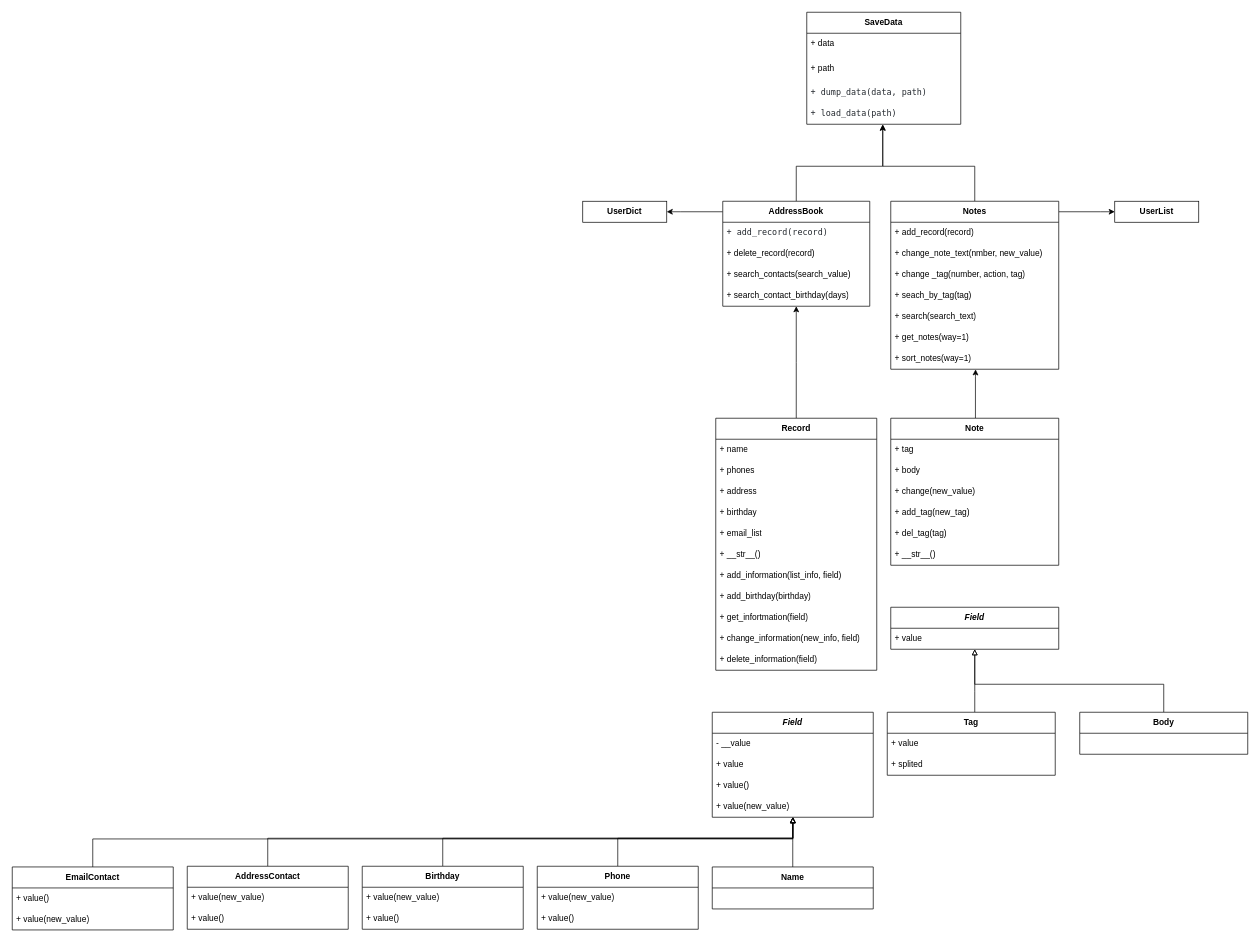
Before: bot_assistant.drawio in tymoshchuk-vladyslav/bot_assistant, a draw.io diagram. Source tidied: cells renumbered, new cells numbered last; positions are measured from the earlier drawing's top-left corner, leaving out a move shared by most shapes. Both pictures are drawn from the tidied source at 70%, with x=0, y=0 at pixel (12, 12).
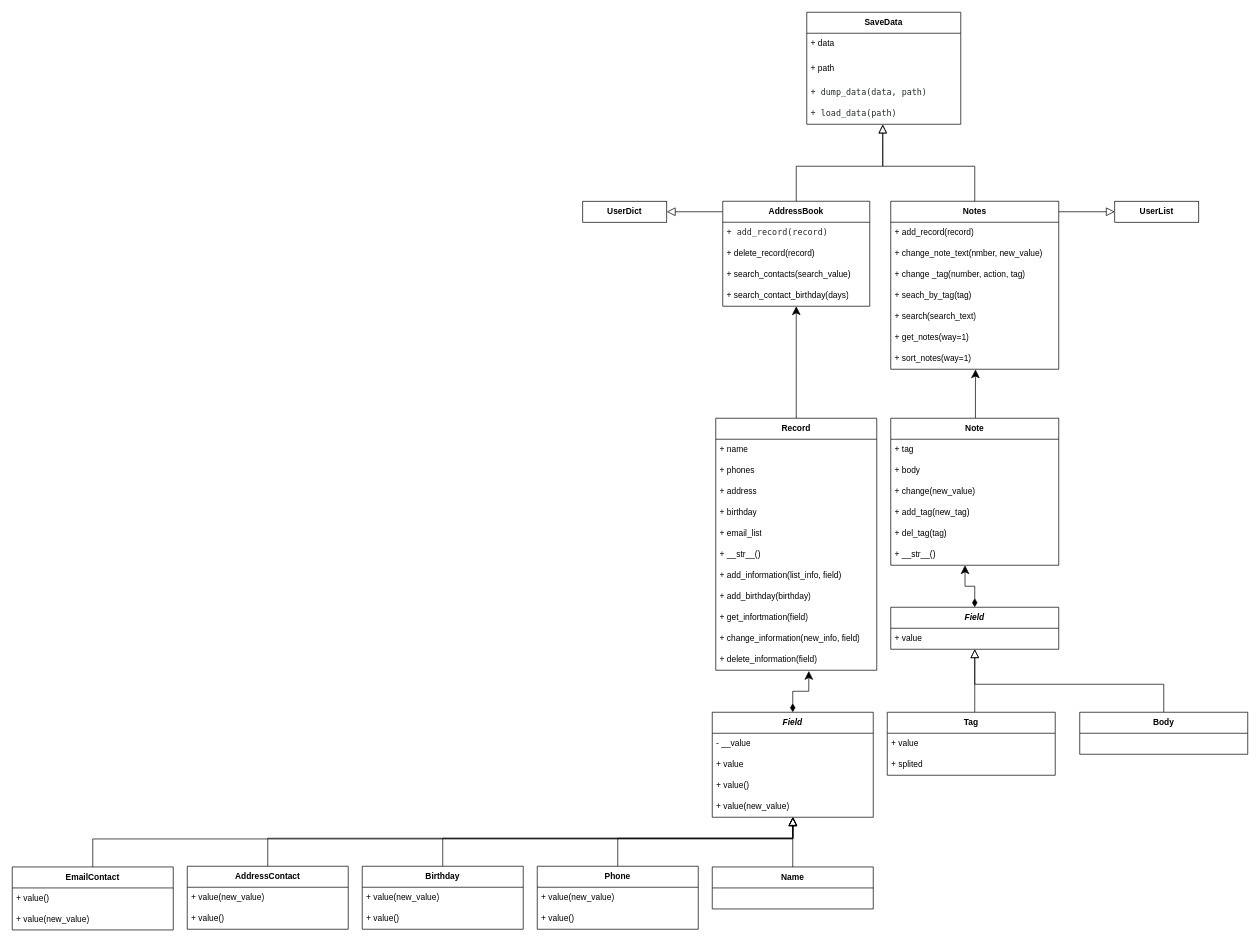
After the change.

The change refers to these unchanged cells:
```xml
<mxCell id="2" value="&lt;b&gt;UserDict&lt;/b&gt;" style="rounded=0;whiteSpace=wrap;html=1;" parent="1" vertex="1">
  <mxGeometry x="815" y="270" width="120" height="30" as="geometry" />
</mxCell>
<mxCell id="5" value="&lt;b&gt;UserList&lt;/b&gt;" style="rounded=0;whiteSpace=wrap;html=1;" parent="1" vertex="1">
  <mxGeometry x="1575" y="270" width="120" height="30" as="geometry" />
</mxCell>
<mxCell id="8" value="&lt;b&gt;AddressBook&lt;/b&gt;" style="swimlane;fontStyle=0;horizontal=1;startSize=30;whiteSpace=wrap;html=1;" parent="1" vertex="1">
  <mxGeometry x="1015" y="270" width="210" height="150" as="geometry" />
</mxCell>
<mxCell id="15" value="&lt;b&gt;Notes&lt;/b&gt;" style="swimlane;fontStyle=0;horizontal=1;startSize=30;whiteSpace=wrap;html=1;" parent="1" vertex="1">
  <mxGeometry x="1255" y="270" width="240" height="240" as="geometry" />
</mxCell>
<mxCell id="22" value="+ sort_notes(way=1)" style="text;strokeColor=none;fillColor=none;align=left;verticalAlign=middle;spacingLeft=4;spacingRight=4;overflow=hidden;points=[[0,0.5],[1,0.5]];portConstraint=eastwest;whiteSpace=wrap;html=1;" parent="15" vertex="1">
  <mxGeometry y="210" width="240" height="30" as="geometry" />
</mxCell>
<mxCell id="27" value="&lt;font face=&quot;ui-monospace, SFMono-Regular, SF Mono, Menlo, Consolas, Liberation Mono, monospace&quot; color=&quot;#24292f&quot;&gt;&lt;span style=&quot;background-color: rgb(255, 255, 255);&quot;&gt;+ load_data(path)&lt;/span&gt;&lt;/font&gt;" style="text;strokeColor=none;fillColor=none;align=left;verticalAlign=middle;spacingLeft=4;spacingRight=4;overflow=hidden;points=[[0,0.5],[1,0.5]];portConstraint=eastwest;whiteSpace=wrap;html=1;" parent="23" vertex="1">
  <mxGeometry y="130" width="220" height="30" as="geometry" />
</mxCell>
<mxCell id="29" value="&lt;b&gt;Note&lt;/b&gt;" style="swimlane;fontStyle=0;horizontal=1;startSize=30;whiteSpace=wrap;html=1;" parent="1" vertex="1">
  <mxGeometry x="1255" y="580" width="240" height="210" as="geometry" />
</mxCell>
<mxCell id="35" value="+ __str__()" style="text;strokeColor=none;fillColor=none;align=left;verticalAlign=middle;spacingLeft=4;spacingRight=4;overflow=hidden;points=[[0,0.5],[1,0.5]];portConstraint=eastwest;whiteSpace=wrap;html=1;" parent="29" vertex="1">
  <mxGeometry y="180" width="240" height="30" as="geometry" />
</mxCell>
<mxCell id="37" value="&lt;b&gt;Record&lt;/b&gt;" style="swimlane;fontStyle=0;horizontal=1;startSize=30;whiteSpace=wrap;html=1;" parent="1" vertex="1">
  <mxGeometry x="1005" y="580" width="230" height="360" as="geometry" />
</mxCell>
<mxCell id="48" value="+ delete_information(field)" style="text;strokeColor=none;fillColor=none;align=left;verticalAlign=middle;spacingLeft=4;spacingRight=4;overflow=hidden;points=[[0,0.5],[1,0.5]];portConstraint=eastwest;whiteSpace=wrap;html=1;" parent="37" vertex="1">
  <mxGeometry y="330" width="230" height="30" as="geometry" />
</mxCell>
<mxCell id="49" value="&lt;b&gt;&lt;i&gt;Field&lt;/i&gt;&lt;/b&gt;" style="swimlane;fontStyle=0;horizontal=1;startSize=30;whiteSpace=wrap;html=1;" parent="1" vertex="1">
  <mxGeometry x="1255" y="850" width="240" height="60" as="geometry" />
</mxCell>
<mxCell id="50" value="+ value" style="text;strokeColor=none;fillColor=none;align=left;verticalAlign=middle;spacingLeft=4;spacingRight=4;overflow=hidden;points=[[0,0.5],[1,0.5]];portConstraint=eastwest;whiteSpace=wrap;html=1;" parent="49" vertex="1">
  <mxGeometry y="30" width="240" height="30" as="geometry" />
</mxCell>
<mxCell id="52" value="&lt;b&gt;Tag&lt;/b&gt;" style="swimlane;fontStyle=0;horizontal=1;startSize=30;whiteSpace=wrap;html=1;" parent="1" vertex="1">
  <mxGeometry x="1250" y="1000" width="240" height="90" as="geometry" />
</mxCell>
<mxCell id="56" value="&lt;b&gt;Body&lt;/b&gt;" style="swimlane;fontStyle=0;horizontal=1;startSize=30;whiteSpace=wrap;html=1;" parent="1" vertex="1">
  <mxGeometry x="1525" y="1000" width="240" height="60" as="geometry" />
</mxCell>
<mxCell id="57" value="&lt;b&gt;&lt;i&gt;Field&lt;/i&gt;&lt;/b&gt;" style="swimlane;fontStyle=0;horizontal=1;startSize=30;whiteSpace=wrap;html=1;" parent="1" vertex="1">
  <mxGeometry x="1000" y="1000" width="230" height="150" as="geometry" />
</mxCell>
<mxCell id="61" value="+ value(new_value)" style="text;strokeColor=none;fillColor=none;align=left;verticalAlign=middle;spacingLeft=4;spacingRight=4;overflow=hidden;points=[[0,0.5],[1,0.5]];portConstraint=eastwest;whiteSpace=wrap;html=1;" parent="57" vertex="1">
  <mxGeometry y="120" width="230" height="30" as="geometry" />
</mxCell>
<mxCell id="63" value="&lt;b&gt;Name&lt;/b&gt;" style="swimlane;fontStyle=0;horizontal=1;startSize=30;whiteSpace=wrap;html=1;" parent="1" vertex="1">
  <mxGeometry x="1000" y="1221" width="230" height="60" as="geometry" />
</mxCell>
<mxCell id="65" value="&lt;b&gt;Phone&lt;/b&gt;" style="swimlane;fontStyle=0;horizontal=1;startSize=30;whiteSpace=wrap;html=1;" parent="1" vertex="1">
  <mxGeometry x="750" y="1220" width="230" height="90" as="geometry" />
</mxCell>
<mxCell id="69" value="&lt;b&gt;Birthday&lt;/b&gt;" style="swimlane;fontStyle=0;horizontal=1;startSize=30;whiteSpace=wrap;html=1;" parent="1" vertex="1">
  <mxGeometry x="500" y="1220" width="230" height="90" as="geometry" />
</mxCell>
<mxCell id="73" value="&lt;b&gt;AddressContact&lt;/b&gt;" style="swimlane;fontStyle=0;horizontal=1;startSize=30;whiteSpace=wrap;html=1;" parent="1" vertex="1">
  <mxGeometry x="250" y="1220" width="230" height="90" as="geometry" />
</mxCell>
<mxCell id="77" value="&lt;b&gt;EmailContact&lt;/b&gt;" style="swimlane;fontStyle=0;horizontal=1;startSize=30;whiteSpace=wrap;html=1;" parent="1" vertex="1">
  <mxGeometry y="1221" width="230" height="90" as="geometry" />
</mxCell>
```

What changed in the source:
```diff
@@
-    <mxCell id="6" style="edgeStyle=orthogonalEdgeStyle;rounded=0;jettySize=auto;html=1;entryX=0.493;entryY=1.022;entryDx=0;entryDy=0;entryPerimeter=0;strokeColor=default;" parent="1" edge="1" source="8" target="27">
+    <mxCell id="6" style="edgeStyle=orthogonalEdgeStyle;rounded=0;jettySize=auto;html=1;entryX=0.493;entryY=1.022;entryDx=0;entryDy=0;entryPerimeter=0;strokeColor=default;endArrow=block;endFill=0;endSize=10;startSize=10;jumpSize=10;" parent="1" edge="1" source="8" target="27">
       <mxGeometry relative="1" as="geometry">
         <Array as="points">
           <mxPoint x="1120" y="220" />
           <mxPoint x="1244" y="220" />
         </Array>
       </mxGeometry>
     </mxCell>
-    <mxCell id="7" style="edgeStyle=orthogonalEdgeStyle;rounded=0;jettySize=auto;html=1;entryX=1;entryY=0.5;entryDx=0;entryDy=0;strokeColor=default;" parent="1" edge="1" source="8" target="2">
+    <mxCell id="7" style="edgeStyle=orthogonalEdgeStyle;rounded=0;jettySize=auto;html=1;entryX=1;entryY=0.5;entryDx=0;entryDy=0;strokeColor=default;endArrow=block;endFill=0;endSize=10;startSize=10;jumpSize=10;" parent="1" edge="1" source="8" target="2">
       <mxGeometry relative="1" as="geometry">
         <Array as="points">
           <mxPoint x="955" y="285" />
           <mxPoint x="955" y="285" />
         </Array>
       </mxGeometry>
     </mxCell>
@@
-    <mxCell id="13" style="edgeStyle=orthogonalEdgeStyle;rounded=0;jettySize=auto;html=1;strokeColor=default;entryX=0.494;entryY=1.013;entryDx=0;entryDy=0;entryPerimeter=0;" parent="1" edge="1" source="15" target="27">
+    <mxCell id="13" style="edgeStyle=orthogonalEdgeStyle;rounded=0;jettySize=auto;html=1;strokeColor=default;entryX=0.494;entryY=1.013;entryDx=0;entryDy=0;entryPerimeter=0;endArrow=block;endFill=0;endSize=10;startSize=10;jumpSize=10;" parent="1" edge="1" source="15" target="27">
       <mxGeometry relative="1" as="geometry">
         <Array as="points">
           <mxPoint x="1375" y="220" />
           <mxPoint x="1244" y="220" />
         </Array>
       </mxGeometry>
     </mxCell>
-    <mxCell id="14" style="edgeStyle=orthogonalEdgeStyle;rounded=0;jettySize=auto;html=1;entryX=0;entryY=0.5;entryDx=0;entryDy=0;strokeColor=default;" parent="1" edge="1" source="15" target="5">
+    <mxCell id="14" style="edgeStyle=orthogonalEdgeStyle;rounded=0;jettySize=auto;html=1;entryX=0;entryY=0.5;entryDx=0;entryDy=0;strokeColor=default;endArrow=block;endFill=0;endSize=10;startSize=10;jumpSize=10;" parent="1" edge="1" source="15" target="5">
       <mxGeometry relative="1" as="geometry">
         <Array as="points">
           <mxPoint x="1555" y="285" />
           <mxPoint x="1555" y="285" />
         </Array>
       </mxGeometry>
     </mxCell>
@@
-    <mxCell id="28" style="edgeStyle=orthogonalEdgeStyle;rounded=0;jettySize=auto;html=1;strokeColor=default;entryX=0.505;entryY=1.006;entryDx=0;entryDy=0;entryPerimeter=0;" parent="1" edge="1" source="29" target="22">
+    <mxCell id="28" style="edgeStyle=orthogonalEdgeStyle;rounded=0;jettySize=auto;html=1;strokeColor=default;entryX=0.505;entryY=1.006;entryDx=0;entryDy=0;entryPerimeter=0;endSize=10;startSize=10;jumpSize=10;" parent="1" edge="1" source="29" target="22">
       <mxGeometry relative="1" as="geometry">
         <Array as="points">
           <mxPoint x="1376" y="520" />
           <mxPoint x="1376" y="520" />
         </Array>
       </mxGeometry>
     </mxCell>
@@
-    <mxCell id="36" style="edgeStyle=orthogonalEdgeStyle;rounded=0;jettySize=auto;html=1;strokeColor=default;" parent="1" edge="1" source="37">
+    <mxCell id="36" style="edgeStyle=orthogonalEdgeStyle;rounded=0;jettySize=auto;html=1;strokeColor=default;endSize=10;startSize=10;jumpSize=10;" parent="1" edge="1" source="37">
       <mxGeometry relative="1" as="geometry">
         <mxPoint x="1120" y="420" as="targetPoint" />
       </mxGeometry>
     </mxCell>
@@
+    <mxCell id="80" style="edgeStyle=orthogonalEdgeStyle;rounded=0;jettySize=auto;html=1;entryX=0.442;entryY=1;entryDx=0;entryDy=0;entryPerimeter=0;endArrow=classic;endFill=1;jumpSize=10;startSize=10;endSize=10;startArrow=diamondThin;startFill=1;" parent="1" edge="1" source="49" target="35">
+      <mxGeometry relative="1" as="geometry" />
+    </mxCell>
@@
-    <mxCell id="51" style="edgeStyle=orthogonalEdgeStyle;rounded=0;jettySize=auto;html=1;strokeColor=default;endArrow=block;endFill=0;" parent="1" edge="1" source="52" target="50">
+    <mxCell id="51" style="edgeStyle=orthogonalEdgeStyle;rounded=0;jettySize=auto;html=1;strokeColor=default;endArrow=block;endFill=0;endSize=10;startSize=10;jumpSize=10;" parent="1" edge="1" source="52" target="50">
       <mxGeometry relative="1" as="geometry">
         <Array as="points">
           <mxPoint x="1375" y="970" />
           <mxPoint x="1375" y="970" />
         </Array>
       </mxGeometry>
     </mxCell>
@@
-    <mxCell id="55" style="edgeStyle=orthogonalEdgeStyle;rounded=0;jettySize=auto;html=1;strokeColor=default;endArrow=block;endFill=0;" parent="1" edge="1" source="56">
+    <mxCell id="55" style="edgeStyle=orthogonalEdgeStyle;rounded=0;jettySize=auto;html=1;strokeColor=default;endArrow=block;endFill=0;endSize=10;startSize=10;jumpSize=10;" parent="1" edge="1" source="56">
       <mxGeometry relative="1" as="geometry">
         <mxPoint x="1375" y="910" as="targetPoint" />
         <Array as="points">
           <mxPoint x="1645" y="960" />
           <mxPoint x="1375" y="960" />
         </Array>
       </mxGeometry>
     </mxCell>
@@
+    <mxCell id="81" style="edgeStyle=orthogonalEdgeStyle;rounded=0;jettySize=auto;html=1;endArrow=classic;endFill=1;entryX=0.578;entryY=1.033;entryDx=0;entryDy=0;entryPerimeter=0;endSize=10;startSize=10;jumpSize=10;startArrow=diamondThin;startFill=1;" parent="1" edge="1" source="57" target="48">
+      <mxGeometry relative="1" as="geometry" />
+    </mxCell>
@@
-    <mxCell id="62" style="edgeStyle=orthogonalEdgeStyle;rounded=0;jettySize=auto;html=1;entryX=0.501;entryY=1;entryDx=0;entryDy=0;entryPerimeter=0;strokeColor=default;endArrow=block;endFill=0;" parent="1" edge="1" source="63" target="61">
+    <mxCell id="62" style="edgeStyle=orthogonalEdgeStyle;rounded=0;jettySize=auto;html=1;entryX=0.501;entryY=1;entryDx=0;entryDy=0;entryPerimeter=0;strokeColor=default;endArrow=block;endFill=0;endSize=10;startSize=10;jumpSize=10;" parent="1" edge="1" source="63" target="61">
       <mxGeometry relative="1" as="geometry" />
     </mxCell>
@@
-    <mxCell id="64" style="edgeStyle=orthogonalEdgeStyle;rounded=0;jettySize=auto;html=1;entryX=0.501;entryY=1;entryDx=0;entryDy=0;entryPerimeter=0;strokeColor=default;endArrow=block;endFill=0;" parent="1" edge="1" source="65" target="61">
+    <mxCell id="64" style="edgeStyle=orthogonalEdgeStyle;rounded=0;jettySize=auto;html=1;entryX=0.501;entryY=1;entryDx=0;entryDy=0;entryPerimeter=0;strokeColor=default;endArrow=block;endFill=0;endSize=10;startSize=10;jumpSize=10;" parent="1" edge="1" source="65" target="61">
       <mxGeometry relative="1" as="geometry">
         <Array as="points">
           <mxPoint x="865" y="1180" />
           <mxPoint x="1115" y="1180" />
         </Array>
       </mxGeometry>
     </mxCell>
@@
-    <mxCell id="68" style="edgeStyle=orthogonalEdgeStyle;rounded=0;jettySize=auto;html=1;strokeColor=default;endArrow=block;endFill=0;" parent="1" edge="1" source="69" target="61">
+    <mxCell id="68" style="edgeStyle=orthogonalEdgeStyle;rounded=0;jettySize=auto;html=1;strokeColor=default;endArrow=block;endFill=0;endSize=10;startSize=10;jumpSize=10;" parent="1" edge="1" source="69" target="61">
       <mxGeometry relative="1" as="geometry">
         <Array as="points">
           <mxPoint x="615" y="1180" />
           <mxPoint x="1115" y="1180" />
         </Array>
       </mxGeometry>
     </mxCell>
@@
-    <mxCell id="72" style="edgeStyle=orthogonalEdgeStyle;rounded=0;jettySize=auto;html=1;strokeColor=default;entryX=0.501;entryY=0.98;entryDx=0;entryDy=0;entryPerimeter=0;endArrow=block;endFill=0;" parent="1" edge="1" source="73" target="61">
+    <mxCell id="72" style="edgeStyle=orthogonalEdgeStyle;rounded=0;jettySize=auto;html=1;strokeColor=default;entryX=0.501;entryY=0.98;entryDx=0;entryDy=0;entryPerimeter=0;endArrow=block;endFill=0;endSize=10;startSize=10;jumpSize=10;" parent="1" edge="1" source="73" target="61">
       <mxGeometry relative="1" as="geometry">
         <Array as="points">
           <mxPoint x="365" y="1180" />
           <mxPoint x="1115" y="1180" />
         </Array>
       </mxGeometry>
     </mxCell>
@@
-    <mxCell id="76" style="edgeStyle=orthogonalEdgeStyle;rounded=0;jettySize=auto;html=1;strokeColor=default;endArrow=block;endFill=0;" parent="1" edge="1" source="77">
+    <mxCell id="76" style="edgeStyle=orthogonalEdgeStyle;rounded=0;jettySize=auto;html=1;strokeColor=default;endArrow=block;endFill=0;endSize=10;startSize=10;jumpSize=10;" parent="1" edge="1" source="77">
       <mxGeometry relative="1" as="geometry">
         <mxPoint x="1115" y="1150" as="targetPoint" />
         <Array as="points">
           <mxPoint x="115" y="1181" />
           <mxPoint x="1115" y="1181" />
         </Array>
       </mxGeometry>
     </mxCell>
```
